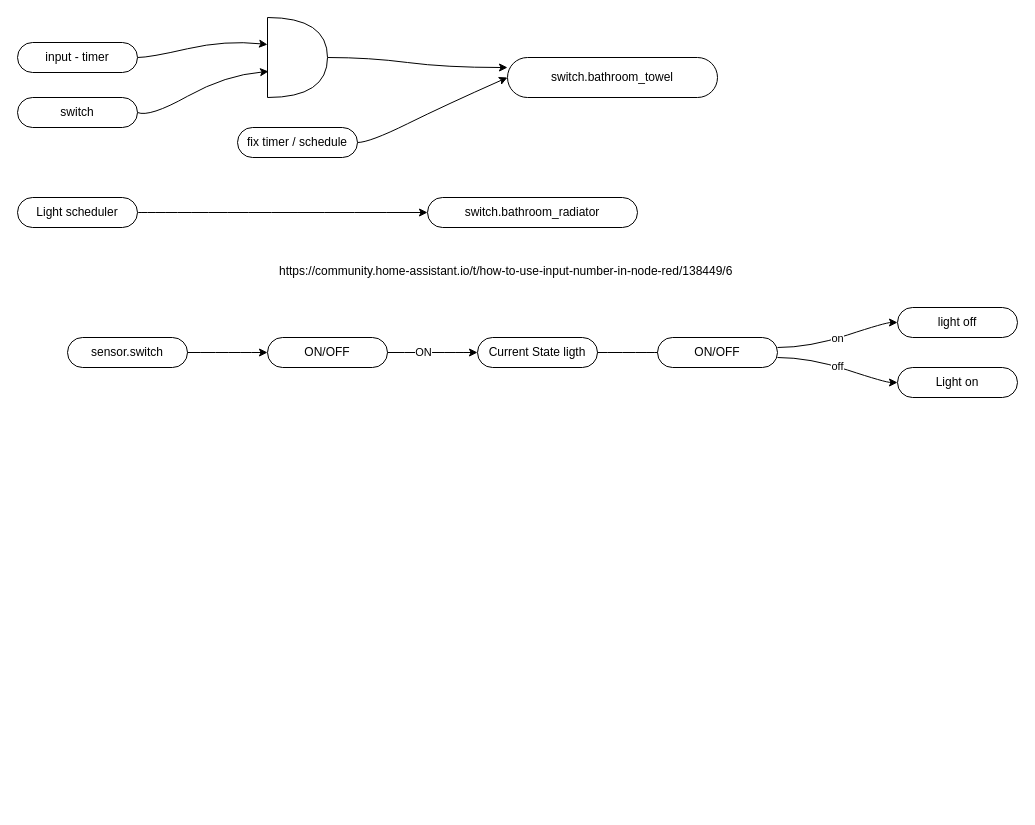
Earlier version of the draw.io diagram page "swich.bathroom_switches" (4 of 5) of logical_flows/NodeRED_flow.drawio (houdaerttim/dns-hass). Source tidied: cells renumbered, new cells numbered last; positions are measured from the earlier drawing's top-left corner, leaving out a move shared by most shapes. Both pictures are drawn from the tidied source at 100%, with x=0, y=0 at pixel (17, 17).
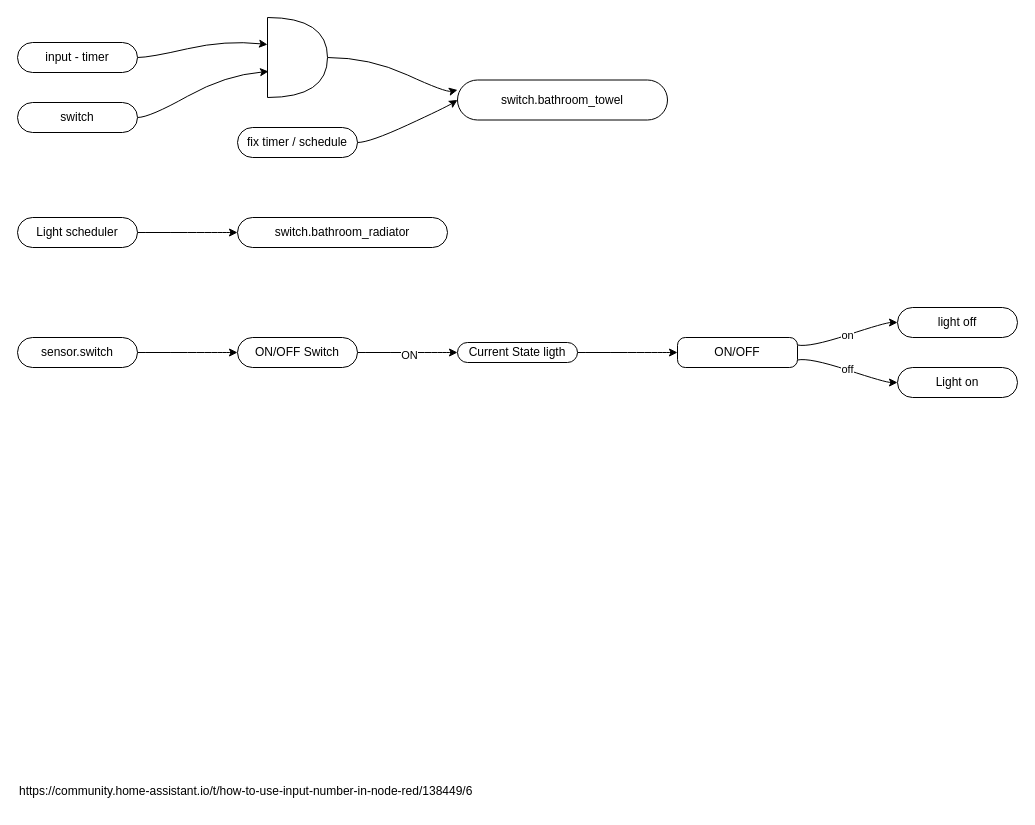
Above is the later version.

Unchanged cells that the change refers to:
```xml
<mxCell id="7" value="fix timer / schedule&lt;br&gt;" style="rounded=1;whiteSpace=wrap;html=1;arcSize=50;" parent="1" vertex="1">
  <mxGeometry x="220" y="110" width="120" height="30" as="geometry" />
</mxCell>
<mxCell id="11" style="shape=or;whiteSpace=wrap;html=1;" parent="1" vertex="1">
  <mxGeometry x="250" width="60" height="80" as="geometry" />
</mxCell>
<mxCell id="23" value="light off" style="rounded=1;whiteSpace=wrap;html=1;arcSize=50;" parent="1" vertex="1">
  <mxGeometry x="880" y="290" width="120" height="30" as="geometry" />
</mxCell>
<mxCell id="24" value="Light on" style="rounded=1;whiteSpace=wrap;html=1;arcSize=50;" parent="1" vertex="1">
  <mxGeometry x="880" y="350" width="120" height="30" as="geometry" />
</mxCell>
```

Change to the diagram source:
```diff
@@
     <mxCell id="2" value="switch.bathroom_towel" style="rounded=1;whiteSpace=wrap;html=1;arcSize=50;" parent="1" vertex="1">
-      <mxGeometry x="490" y="40" width="210" height="40" as="geometry" />
+      <mxGeometry x="440" y="62.5" width="210" height="40" as="geometry" />
     </mxCell>
     <mxCell id="3" value="switch.bathroom_radiator&lt;br&gt;" style="rounded=1;whiteSpace=wrap;html=1;arcSize=50;" parent="1" vertex="1">
-      <mxGeometry x="410" y="180" width="210" height="30" as="geometry" />
+      <mxGeometry x="220" y="200" width="210" height="30" as="geometry" />
     </mxCell>
@@
     <mxCell id="6" style="edgeStyle=orthogonalEdgeStyle;curved=1;rounded=0;jettySize=auto;html=1;exitX=1;exitY=0.5;exitDx=0;exitDy=0;entryX=0;entryY=0.5;entryDx=0;entryDy=0;noEdgeStyle=1;orthogonal=1;" parent="1" edge="1" source="7" target="2">
       <mxGeometry relative="1" as="geometry">
         <Array as="points">
           <mxPoint x="352" y="125" />
-          <mxPoint x="428" y="87.5" />
+          <mxPoint x="428" y="90" />
         </Array>
       </mxGeometry>
     </mxCell>
@@
     <mxCell id="9" value="switch" style="rounded=1;whiteSpace=wrap;html=1;arcSize=50;" parent="1" vertex="1">
-      <mxGeometry y="80" width="120" height="30" as="geometry" />
+      <mxGeometry y="85" width="120" height="30" as="geometry" />
     </mxCell>
     <mxCell id="10" style="edgeStyle=orthogonalEdgeStyle;curved=1;rounded=0;jettySize=auto;html=1;exitX=1;exitY=0.5;exitDx=0;exitDy=0;exitPerimeter=0;noEdgeStyle=1;orthogonal=1;entryX=0;entryY=0.25;entryDx=0;entryDy=0;" parent="1" edge="1" source="11" target="2">
       <mxGeometry relative="1" as="geometry">
         <Array as="points">
           <mxPoint x="352" y="40" />
-          <mxPoint x="428" y="50" />
+          <mxPoint x="428" y="75" />
         </Array>
       </mxGeometry>
     </mxCell>
@@
     <mxCell id="12" style="edgeStyle=orthogonalEdgeStyle;curved=1;rounded=0;jettySize=auto;html=1;exitX=1;exitY=0.5;exitDx=0;exitDy=0;entryX=0;entryY=0.5;entryDx=0;entryDy=0;noEdgeStyle=1;orthogonal=1;" parent="1" edge="1" source="13" target="3">
-      <mxGeometry relative="1" as="geometry" />
+      <mxGeometry relative="1" as="geometry">
+        <Array as="points">
+          <mxPoint x="132" y="215" />
+          <mxPoint x="208" y="215" />
+        </Array>
+      </mxGeometry>
     </mxCell>
     <mxCell id="13" value="Light scheduler" style="rounded=1;whiteSpace=wrap;html=1;arcSize=50;" parent="1" vertex="1">
-      <mxGeometry y="180" width="120" height="30" as="geometry" />
+      <mxGeometry y="200" width="120" height="30" as="geometry" />
     </mxCell>
@@
     <mxCell id="15" value="sensor.switch" style="rounded=1;whiteSpace=wrap;html=1;arcSize=50;" parent="1" vertex="1">
-      <mxGeometry x="50" y="320" width="120" height="30" as="geometry" />
+      <mxGeometry y="320" width="120" height="30" as="geometry" />
     </mxCell>
-    <mxCell id="16" value="ON" style="edgeStyle=orthogonalEdgeStyle;curved=1;rounded=0;jettySize=auto;html=1;noEdgeStyle=1;orthogonal=1;" parent="1" edge="1" source="17" target="19">
-      <mxGeometry relative="1" as="geometry">
+    <mxCell id="16" value="ON" style="edgeStyle=orthogonalEdgeStyle;curved=1;rounded=0;jettySize=auto;html=1;noEdgeStyle=1;orthogonal=1;entryX=0;entryY=0.5;entryDx=0;entryDy=0;" parent="1" edge="1" source="17" target="19">
+      <mxGeometry x="0.04" y="-3" relative="1" as="geometry">
         <Array as="points">
           <mxPoint x="352" y="335" />
           <mxPoint x="428" y="335" />
         </Array>
       </mxGeometry>
     </mxCell>
-    <mxCell id="17" value="ON/OFF" style="rounded=1;whiteSpace=wrap;html=1;arcSize=50;" parent="1" vertex="1">
-      <mxGeometry x="250" y="320" width="120" height="30" as="geometry" />
+    <mxCell id="17" value="ON/OFF Switch" style="rounded=1;whiteSpace=wrap;html=1;arcSize=50;" parent="1" vertex="1">
+      <mxGeometry x="220" y="320" width="120" height="30" as="geometry" />
     </mxCell>
-    <mxCell id="18" style="edgeStyle=orthogonalEdgeStyle;curved=1;rounded=0;jettySize=auto;html=1;entryX=0;entryY=0.5;entryDx=0;entryDy=0;noEdgeStyle=1;orthogonal=1;" parent="1" edge="1" source="19" target="22">
+    <mxCell id="18" style="edgeStyle=orthogonalEdgeStyle;curved=1;rounded=0;jettySize=auto;html=1;entryX=0;entryY=0.5;entryDx=0;entryDy=0;noEdgeStyle=1;orthogonal=1;exitX=1;exitY=0.5;exitDx=0;exitDy=0;" parent="1" edge="1" source="19" target="22">
       <mxGeometry relative="1" as="geometry">
         <Array as="points">
           <mxPoint x="572" y="335" />
           <mxPoint x="648" y="335" />
         </Array>
       </mxGeometry>
     </mxCell>
     <mxCell id="19" value="Current State ligth" style="rounded=1;whiteSpace=wrap;html=1;arcSize=50;" parent="1" vertex="1">
-      <mxGeometry x="460" y="320" width="120" height="30" as="geometry" />
+      <mxGeometry x="440" y="325" width="120" height="20" as="geometry" />
     </mxCell>
-    <mxCell id="20" value="on" style="edgeStyle=orthogonalEdgeStyle;curved=1;rounded=0;jettySize=auto;html=1;noEdgeStyle=1;orthogonal=1;" parent="1" edge="1" source="22" target="23">
+    <mxCell id="20" value="on" style="edgeStyle=orthogonalEdgeStyle;curved=1;rounded=0;jettySize=auto;html=1;noEdgeStyle=1;orthogonal=1;exitX=1;exitY=0.25;exitDx=0;exitDy=0;" parent="1" edge="1" source="22" target="23">
       <mxGeometry relative="1" as="geometry">
         <Array as="points">
           <mxPoint x="792" y="330" />
           <mxPoint x="868" y="305" />
         </Array>
       </mxGeometry>
     </mxCell>
-    <mxCell id="21" value="off" style="edgeStyle=orthogonalEdgeStyle;curved=1;rounded=0;jettySize=auto;html=1;noEdgeStyle=1;orthogonal=1;" parent="1" edge="1" source="22" target="24">
+    <mxCell id="21" value="off" style="edgeStyle=orthogonalEdgeStyle;curved=1;rounded=0;jettySize=auto;html=1;noEdgeStyle=1;orthogonal=1;exitX=1;exitY=0.75;exitDx=0;exitDy=0;" parent="1" edge="1" source="22" target="24">
       <mxGeometry relative="1" as="geometry">
         <Array as="points">
           <mxPoint x="792" y="340" />
           <mxPoint x="868" y="365" />
         </Array>
       </mxGeometry>
     </mxCell>
-    <mxCell id="22" value="ON/OFF" style="rounded=1;whiteSpace=wrap;html=1;arcSize=50;" parent="1" vertex="1">
-      <mxGeometry x="640" y="320" width="120" height="30" as="geometry" />
+    <mxCell id="22" value="ON/OFF" style="rounded=1;whiteSpace=wrap;html=1;arcSize=26;" parent="1" vertex="1">
+      <mxGeometry x="660" y="320" width="120" height="30" as="geometry" />
     </mxCell>
@@
     <mxCell id="25" value="https://community.home-assistant.io/t/how-to-use-input-number-in-node-red/138449/6" style="text;whiteSpace=wrap;html=1;" parent="1" vertex="1">
-      <mxGeometry x="260" y="240" width="480" height="30" as="geometry" />
+      <mxGeometry y="760" width="480" height="30" as="geometry" />
     </mxCell>
```
